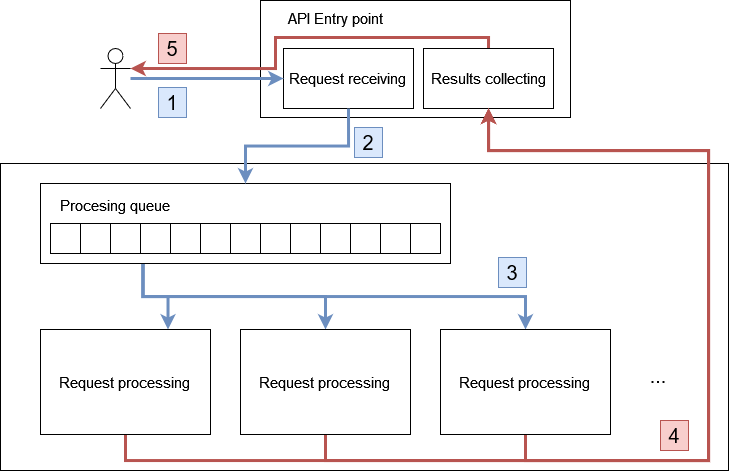
Above: thesis/other-fig/framework_architecture.png in PlayerBerny12/VUT-DIP (draw.io), before the change. Source tidied: cells renumbered, new cells last; positions are measured from the earlier drawing's top-left corner, leaving out a move shared by most shapes.
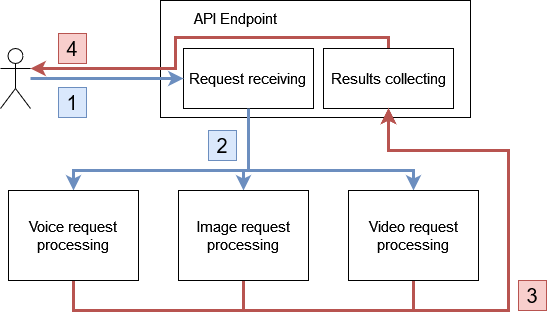
After the commit.

Diff of the diagram source:
```diff
@@ -5,6 +5,22 @@
     <mxCell id="2" style="rounded=0;whiteSpace=wrap;html=1;" parent="1" vertex="1">
       <mxGeometry x="260" width="310" height="117" as="geometry" />
     </mxCell>
+    <mxCell id="41" style="edgeStyle=orthogonalEdgeStyle;rounded=0;jettySize=auto;html=1;exitX=0.5;exitY=1;exitDx=0;exitDy=0;entryX=0.5;entryY=0;entryDx=0;entryDy=0;strokeWidth=3;fontSize=15;fillColor=#dae8fc;strokeColor=#6c8ebf;" parent="1" edge="1" source="3" target="46">
+      <mxGeometry relative="1" as="geometry">
+        <Array as="points">
+          <mxPoint x="348" y="170" />
+          <mxPoint x="343" y="170" />
+        </Array>
+      </mxGeometry>
+    </mxCell>
+    <mxCell id="42" style="edgeStyle=orthogonalEdgeStyle;rounded=0;jettySize=auto;html=1;exitX=0.5;exitY=1;exitDx=0;exitDy=0;strokeWidth=3;fontSize=15;fillColor=#dae8fc;strokeColor=#6c8ebf;" parent="1" edge="1" source="3" target="47">
+      <mxGeometry relative="1" as="geometry">
+        <Array as="points">
+          <mxPoint x="348" y="170" />
+          <mxPoint x="513" y="170" />
+        </Array>
+      </mxGeometry>
+    </mxCell>
     <mxCell id="3" value="&lt;div style=&quot;font-size: 15px;&quot;&gt;&lt;font style=&quot;font-size: 15px;&quot;&gt;Request receiving&lt;br&gt;&lt;/font&gt;&lt;/div&gt;" style="rounded=0;whiteSpace=wrap;html=1;" parent="1" vertex="1">
       <mxGeometry x="283" y="48" width="130" height="60" as="geometry" />
     </mxCell>
@@ -26,127 +42,67 @@
     <mxCell id="7" style="shape=umlActor;verticalLabelPosition=bottom;verticalAlign=top;html=1;outlineConnect=0;" parent="1" vertex="1">
       <mxGeometry x="100" y="48" width="30" height="60" as="geometry" />
     </mxCell>
-    <mxCell id="8" style="rounded=0;whiteSpace=wrap;html=1;" parent="1" vertex="1">
-      <mxGeometry y="163" width="728" height="307" as="geometry" />
-    </mxCell>
-    <mxCell id="9" style="edgeStyle=orthogonalEdgeStyle;rounded=0;jettySize=auto;html=1;exitX=0.25;exitY=1;exitDx=0;exitDy=0;entryX=0.75;entryY=0;entryDx=0;entryDy=0;strokeWidth=3;fontSize=15;fillColor=#dae8fc;strokeColor=#6c8ebf;" parent="1" edge="1" source="12" target="14">
-      <mxGeometry relative="1" as="geometry" />
-    </mxCell>
-    <mxCell id="10" style="edgeStyle=orthogonalEdgeStyle;rounded=0;jettySize=auto;html=1;exitX=0.25;exitY=1;exitDx=0;exitDy=0;strokeWidth=3;fontSize=15;fillColor=#dae8fc;strokeColor=#6c8ebf;" parent="1" edge="1" source="12" target="16">
-      <mxGeometry relative="1" as="geometry" />
-    </mxCell>
-    <mxCell id="11" style="edgeStyle=orthogonalEdgeStyle;rounded=0;jettySize=auto;html=1;exitX=0.25;exitY=1;exitDx=0;exitDy=0;strokeWidth=3;fontSize=15;fillColor=#dae8fc;strokeColor=#6c8ebf;" parent="1" edge="1" source="12" target="18">
-      <mxGeometry relative="1" as="geometry" />
-    </mxCell>
-    <mxCell id="12" style="rounded=0;whiteSpace=wrap;html=1;" parent="1" vertex="1">
-      <mxGeometry x="40" y="183" width="410" height="80" as="geometry" />
-    </mxCell>
-    <mxCell id="13" style="edgeStyle=orthogonalEdgeStyle;rounded=0;orthogonalLoop=1;jettySize=auto;html=1;exitX=0.5;exitY=1;exitDx=0;exitDy=0;strokeWidth=3;fontSize=15;fillColor=#f8cecc;strokeColor=#b85450;" parent="1" edge="1">
-      <mxGeometry relative="1" as="geometry">
-        <mxPoint x="125" y="432" as="sourcePoint" />
-        <mxPoint x="488" y="108" as="targetPoint" />
-        <Array as="points">
-          <mxPoint x="125" y="460" />
-          <mxPoint x="708" y="460" />
-          <mxPoint x="708" y="150" />
-          <mxPoint x="488" y="150" />
-        </Array>
-      </mxGeometry>
-    </mxCell>
-    <mxCell id="14" value="&lt;font style=&quot;font-size: 15px;&quot;&gt;Request&lt;/font&gt;&lt;font style=&quot;font-size: 15px;&quot;&gt; processing&lt;br&gt;&lt;/font&gt;" style="rounded=0;whiteSpace=wrap;html=1;" parent="1" vertex="1">
-      <mxGeometry x="40" y="329" width="170" height="105" as="geometry" />
-    </mxCell>
-    <mxCell id="15" style="edgeStyle=orthogonalEdgeStyle;rounded=0;jettySize=auto;html=1;exitX=0.5;exitY=1;exitDx=0;exitDy=0;strokeWidth=3;fontSize=15;fillColor=#f8cecc;strokeColor=#b85450;" parent="1" edge="1" source="16" target="5">
-      <mxGeometry relative="1" as="geometry">
-        <Array as="points">
-          <mxPoint x="325" y="460" />
-          <mxPoint x="708" y="460" />
-          <mxPoint x="708" y="150" />
-          <mxPoint x="488" y="150" />
-        </Array>
-      </mxGeometry>
-    </mxCell>
-    <mxCell id="16" value="&lt;font style=&quot;font-size: 15px;&quot;&gt;Request&lt;/font&gt;&lt;font style=&quot;font-size: 15px;&quot;&gt; processing&lt;br&gt;&lt;/font&gt;" style="rounded=0;whiteSpace=wrap;html=1;" parent="1" vertex="1">
-      <mxGeometry x="240" y="329" width="170" height="105" as="geometry" />
-    </mxCell>
-    <mxCell id="17" style="edgeStyle=orthogonalEdgeStyle;rounded=0;jettySize=auto;html=1;exitX=0.5;exitY=1;exitDx=0;exitDy=0;strokeWidth=3;fontSize=15;fillColor=#f8cecc;strokeColor=#b85450;" parent="1" edge="1" source="18" target="5">
+    <mxCell id="17" style="edgeStyle=orthogonalEdgeStyle;rounded=0;jettySize=auto;html=1;exitX=0.5;exitY=1;exitDx=0;exitDy=0;strokeWidth=3;fontSize=15;fillColor=#f8cecc;strokeColor=#b85450;" parent="1" edge="1" source="47" target="5">
       <mxGeometry relative="1" as="geometry">
         <Array as="points">
-          <mxPoint x="525" y="460" />
-          <mxPoint x="708" y="460" />
-          <mxPoint x="708" y="150" />
+          <mxPoint x="513" y="310" />
+          <mxPoint x="608" y="310" />
+          <mxPoint x="608" y="150" />
           <mxPoint x="488" y="150" />
         </Array>
       </mxGeometry>
     </mxCell>
-    <mxCell id="18" value="&lt;font style=&quot;font-size: 15px;&quot;&gt;Request&lt;/font&gt;&lt;font style=&quot;font-size: 15px;&quot;&gt; processing&lt;br&gt;&lt;/font&gt;" style="rounded=0;whiteSpace=wrap;html=1;" parent="1" vertex="1">
-      <mxGeometry x="440" y="329" width="170" height="105" as="geometry" />
-    </mxCell>
-    <mxCell id="19" value="&lt;font style=&quot;font-size: 20px;&quot;&gt;...&lt;/font&gt;" style="text;html=1;strokeColor=none;fillColor=none;align=center;verticalAlign=middle;whiteSpace=wrap;rounded=0;" parent="1" vertex="1">
-      <mxGeometry x="628" y="359.5" width="60" height="30" as="geometry" />
-    </mxCell>
-    <mxCell id="20" style="rounded=0;whiteSpace=wrap;html=1;fontSize=15;" parent="1" vertex="1">
-      <mxGeometry x="50" y="223" width="30" height="30" as="geometry" />
-    </mxCell>
-    <mxCell id="21" style="rounded=0;whiteSpace=wrap;html=1;fontSize=15;" parent="1" vertex="1">
-      <mxGeometry x="80" y="223" width="30" height="30" as="geometry" />
-    </mxCell>
-    <mxCell id="22" style="rounded=0;whiteSpace=wrap;html=1;fontSize=15;" parent="1" vertex="1">
-      <mxGeometry x="110" y="223" width="30" height="30" as="geometry" />
-    </mxCell>
-    <mxCell id="23" style="rounded=0;whiteSpace=wrap;html=1;fontSize=15;" parent="1" vertex="1">
-      <mxGeometry x="140" y="223" width="30" height="30" as="geometry" />
-    </mxCell>
-    <mxCell id="24" style="rounded=0;whiteSpace=wrap;html=1;fontSize=15;" parent="1" vertex="1">
-      <mxGeometry x="170" y="223" width="30" height="30" as="geometry" />
-    </mxCell>
-    <mxCell id="25" style="rounded=0;whiteSpace=wrap;html=1;fontSize=15;" parent="1" vertex="1">
-      <mxGeometry x="200" y="223" width="30" height="30" as="geometry" />
-    </mxCell>
-    <mxCell id="26" style="rounded=0;whiteSpace=wrap;html=1;fontSize=15;" parent="1" vertex="1">
-      <mxGeometry x="230" y="223" width="30" height="30" as="geometry" />
-    </mxCell>
-    <mxCell id="27" style="rounded=0;whiteSpace=wrap;html=1;fontSize=15;" parent="1" vertex="1">
-      <mxGeometry x="260" y="223" width="30" height="30" as="geometry" />
-    </mxCell>
-    <mxCell id="28" style="rounded=0;whiteSpace=wrap;html=1;fontSize=15;" parent="1" vertex="1">
-      <mxGeometry x="290" y="223" width="30" height="30" as="geometry" />
-    </mxCell>
-    <mxCell id="29" style="rounded=0;whiteSpace=wrap;html=1;fontSize=15;" parent="1" vertex="1">
-      <mxGeometry x="320" y="223" width="30" height="30" as="geometry" />
-    </mxCell>
-    <mxCell id="30" style="rounded=0;whiteSpace=wrap;html=1;fontSize=15;" parent="1" vertex="1">
-      <mxGeometry x="350" y="223" width="30" height="30" as="geometry" />
-    </mxCell>
-    <mxCell id="31" style="rounded=0;whiteSpace=wrap;html=1;fontSize=15;" parent="1" vertex="1">
-      <mxGeometry x="380" y="223" width="30" height="30" as="geometry" />
-    </mxCell>
-    <mxCell id="32" style="rounded=0;whiteSpace=wrap;html=1;fontSize=15;" parent="1" vertex="1">
-      <mxGeometry x="410" y="223" width="30" height="30" as="geometry" />
-    </mxCell>
-    <mxCell id="33" value="Procesing queue" style="text;html=1;strokeColor=none;fillColor=none;align=center;verticalAlign=middle;whiteSpace=wrap;rounded=0;fontSize=15;" parent="1" vertex="1">
-      <mxGeometry x="50" y="190" width="130" height="30" as="geometry" />
-    </mxCell>
-    <mxCell id="34" style="edgeStyle=orthogonalEdgeStyle;rounded=0;jettySize=auto;html=1;exitX=0.5;exitY=1;exitDx=0;exitDy=0;fontSize=15;fillColor=#dae8fc;strokeColor=#6c8ebf;strokeWidth=3;" parent="1" edge="1" source="3" target="12">
-      <mxGeometry relative="1" as="geometry" />
+    <mxCell id="34" style="edgeStyle=orthogonalEdgeStyle;rounded=0;jettySize=auto;html=1;exitX=0.5;exitY=1;exitDx=0;exitDy=0;fontSize=15;fillColor=#dae8fc;strokeColor=#6c8ebf;strokeWidth=3;" parent="1" edge="1" source="3" target="44">
+      <mxGeometry relative="1" as="geometry">
+        <Array as="points">
+          <mxPoint x="348" y="170" />
+          <mxPoint x="173" y="170" />
+        </Array>
+      </mxGeometry>
     </mxCell>
-    <mxCell id="35" value="API Entry point" style="text;html=1;strokeColor=none;fillColor=none;align=center;verticalAlign=middle;whiteSpace=wrap;rounded=0;fontSize=15;" parent="1" vertex="1">
+    <mxCell id="35" value="API Endpoint" style="text;html=1;strokeColor=none;fillColor=none;align=center;verticalAlign=middle;whiteSpace=wrap;rounded=0;fontSize=15;" parent="1" vertex="1">
       <mxGeometry x="283" y="3" width="105" height="30" as="geometry" />
     </mxCell>
     <mxCell id="36" value="&lt;div&gt;1&lt;/div&gt;" style="text;html=1;strokeColor=#6c8ebf;fillColor=#dae8fc;align=center;verticalAlign=middle;whiteSpace=wrap;rounded=0;fontSize=20;" parent="1" vertex="1">
       <mxGeometry x="158" y="87" width="28" height="30" as="geometry" />
     </mxCell>
     <mxCell id="37" value="&lt;div&gt;2&lt;/div&gt;" style="text;html=1;strokeColor=#6c8ebf;fillColor=#dae8fc;align=center;verticalAlign=middle;whiteSpace=wrap;rounded=0;fontSize=20;" parent="1" vertex="1">
-      <mxGeometry x="354" y="127" width="28" height="30" as="geometry" />
+      <mxGeometry x="308" y="130" width="28" height="30" as="geometry" />
     </mxCell>
+    <mxCell id="40" value="4" style="text;html=1;strokeColor=#b85450;fillColor=#f8cecc;align=center;verticalAlign=middle;whiteSpace=wrap;rounded=0;fontSize=20;" parent="1" vertex="1">
+      <mxGeometry x="158" y="33" width="28" height="30" as="geometry" />
+    </mxCell>
+    <mxCell id="43" style="edgeStyle=orthogonalEdgeStyle;rounded=0;jettySize=auto;html=1;exitX=0.5;exitY=1;exitDx=0;exitDy=0;entryX=0.5;entryY=1;entryDx=0;entryDy=0;fontSize=15;fillColor=#f8cecc;strokeColor=#b85450;strokeWidth=3;" parent="1" edge="1" source="44" target="5">
+      <mxGeometry relative="1" as="geometry">
+        <Array as="points">
+          <mxPoint x="173" y="310" />
+          <mxPoint x="608" y="310" />
+          <mxPoint x="608" y="150" />
+          <mxPoint x="488" y="150" />
+        </Array>
+      </mxGeometry>
+    </mxCell>
+    <mxCell id="44" value="Voice request processing" style="rounded=0;whiteSpace=wrap;html=1;fontSize=15;" parent="1" vertex="1">
+      <mxGeometry x="108" y="190" width="130" height="90" as="geometry" />
+    </mxCell>
+    <mxCell id="45" style="edgeStyle=orthogonalEdgeStyle;rounded=0;jettySize=auto;html=1;exitX=0.5;exitY=1;exitDx=0;exitDy=0;entryX=0.5;entryY=1;entryDx=0;entryDy=0;strokeWidth=3;fontSize=15;fillColor=#f8cecc;strokeColor=#b85450;" parent="1" edge="1" source="46" target="5">
+      <mxGeometry relative="1" as="geometry">
+        <Array as="points">
+          <mxPoint x="343" y="310" />
+          <mxPoint x="608" y="310" />
+          <mxPoint x="608" y="150" />
+          <mxPoint x="488" y="150" />
+        </Array>
+      </mxGeometry>
+    </mxCell>
+    <mxCell id="46" value="Image request processing" style="rounded=0;whiteSpace=wrap;html=1;fontSize=15;" parent="1" vertex="1">
+      <mxGeometry x="278" y="190" width="130" height="90" as="geometry" />
+    </mxCell>
+    <mxCell id="47" value="Video request processing" style="rounded=0;whiteSpace=wrap;html=1;fontSize=15;" parent="1" vertex="1">
+      <mxGeometry x="448" y="190" width="130" height="90" as="geometry" />
+    </mxCell>
-    <mxCell id="38" value="3" style="text;html=1;strokeColor=#6c8ebf;fillColor=#dae8fc;align=center;verticalAlign=middle;whiteSpace=wrap;rounded=0;fontSize=20;" parent="1" vertex="1">
-      <mxGeometry x="498" y="257" width="28" height="30" as="geometry" />
+    <mxCell id="38" value="3" style="text;html=1;strokeColor=#b85450;fillColor=#f8cecc;align=center;verticalAlign=middle;whiteSpace=wrap;rounded=0;fontSize=20;" parent="1" vertex="1">
+      <mxGeometry x="618" y="280" width="28" height="30" as="geometry" />
     </mxCell>
-    <mxCell id="39" value="4" style="text;html=1;strokeColor=#b85450;fillColor=#f8cecc;align=center;verticalAlign=middle;whiteSpace=wrap;rounded=0;fontSize=20;" parent="1" vertex="1">
-      <mxGeometry x="660" y="420" width="28" height="30" as="geometry" />
-    </mxCell>
-    <mxCell id="40" value="5" style="text;html=1;strokeColor=#b85450;fillColor=#f8cecc;align=center;verticalAlign=middle;whiteSpace=wrap;rounded=0;fontSize=20;" parent="1" vertex="1">
-      <mxGeometry x="158" y="33" width="28" height="30" as="geometry" />
-    </mxCell>
   </root>
 </mxGraphModel>
```
